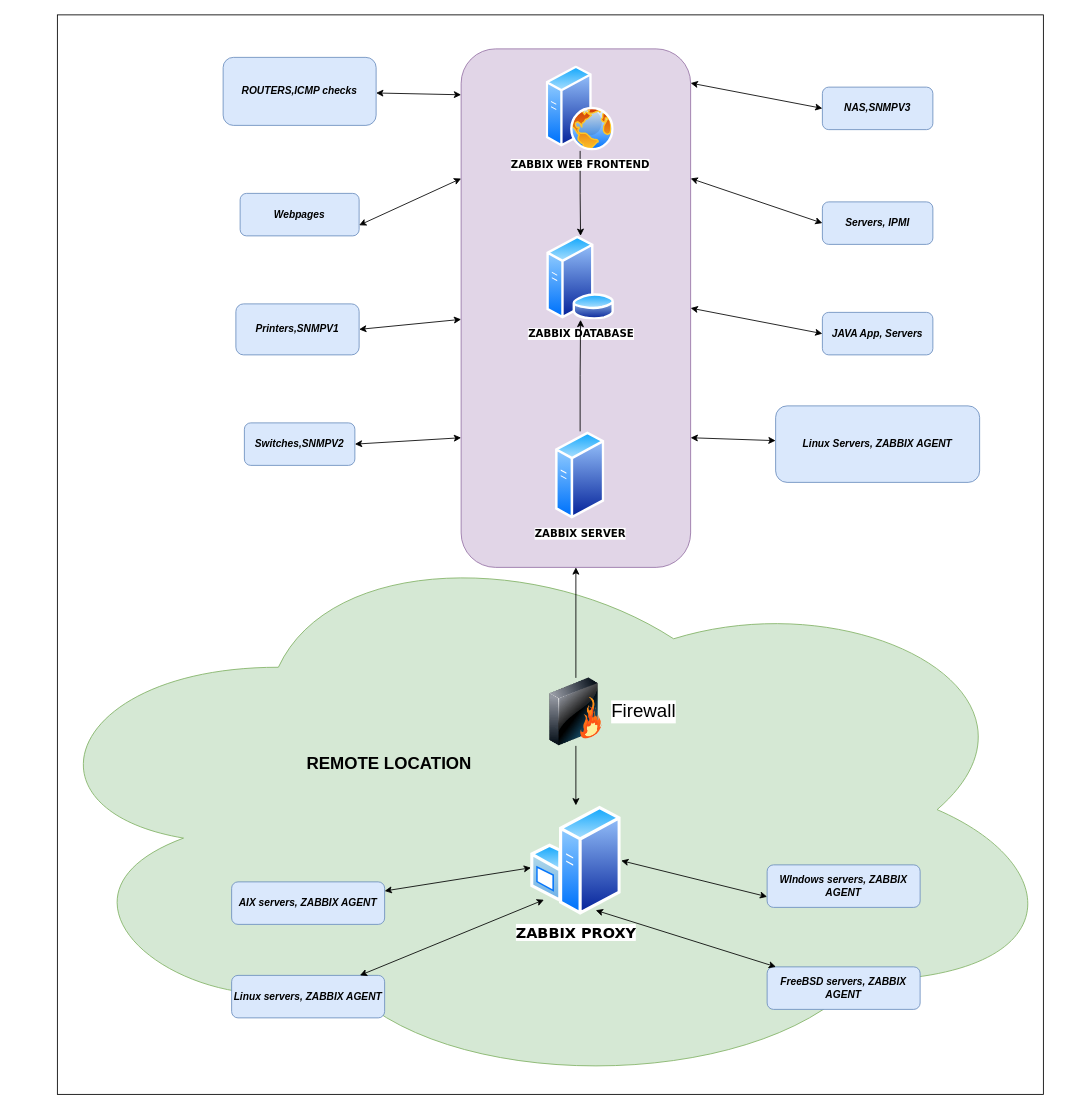
The draw.io diagram zabbix_arch_example.drawio in padowla/super-fortnight, before the edit. Source tidied: cells renumbered, new cells numbered last; positions are measured from the earlier drawing's top-left corner, leaving out a move shared by most shapes. Both pictures are drawn from the tidied source at 85%, with x=0, y=0 at pixel (14, 14).
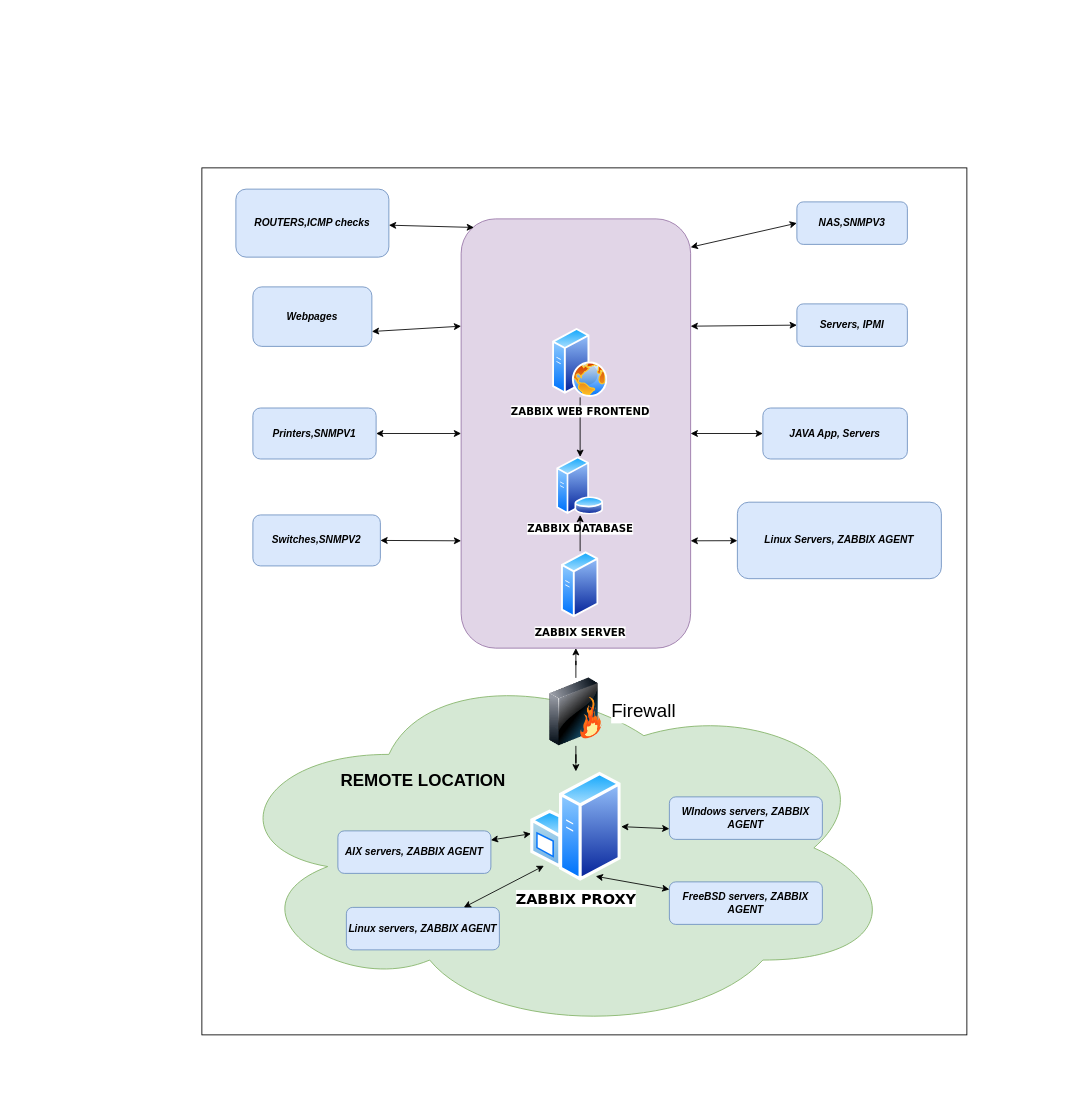
The same page after the edit.

What changed in the source:
```diff
@@
     <mxCell id="2" style="rounded=0;whiteSpace=wrap;html=1;" parent="1" vertex="1">
-      <mxGeometry x="50" width="1160" height="1270" as="geometry" />
+      <mxGeometry x="220" y="180" width="900" height="1020" as="geometry" />
     </mxCell>
     <mxCell id="3" style="ellipse;shape=cloud;whiteSpace=wrap;html=1;fillColor=#d5e8d4;strokeColor=#82b366;" parent="1" vertex="1">
-      <mxGeometry y="600" width="1240" height="670" as="geometry" />
+      <mxGeometry x="240" y="760" width="800" height="440" as="geometry" />
     </mxCell>
     <mxCell id="4" style="rounded=1;whiteSpace=wrap;html=1;fillColor=#e1d5e7;strokeColor=#9673a6;" parent="1" vertex="1">
-      <mxGeometry x="525" y="40" width="270" height="610" as="geometry" />
+      <mxGeometry x="525" y="240" width="270" height="505" as="geometry" />
     </mxCell>
@@
     <mxCell id="9" value="&lt;font face=&quot;Verdana&quot;&gt;&lt;b&gt;ZABBIX WEB FRONTEND&lt;br&gt;&lt;/b&gt;&lt;/font&gt;" style="perimeter=ellipsePerimeter;html=1;align=center;shadow=0;dashed=0;spacingTop=3;image;image=img/lib/active_directory/web_server.svg;" parent="1" vertex="1">
-      <mxGeometry x="625" y="60" width="80" height="100" as="geometry" />
+      <mxGeometry x="632.5" y="368.8" width="65" height="81.2" as="geometry" />
     </mxCell>
     <mxCell id="10" value="&lt;b&gt;&lt;font face=&quot;Verdana&quot;&gt;ZABBIX DATABASE&lt;br&gt;&lt;/font&gt;&lt;/b&gt;" style="perimeter=ellipsePerimeter;html=1;align=center;shadow=0;dashed=0;spacingTop=3;image;image=img/lib/active_directory/database_server.svg;" parent="1" vertex="1">
-      <mxGeometry x="625" y="260" width="81" height="98.8" as="geometry" />
+      <mxGeometry x="637" y="520" width="56" height="68.3" as="geometry" />
     </mxCell>
@@
     <mxCell id="12" value="&lt;font face=&quot;Verdana&quot;&gt;&lt;b&gt;ZABBIX SERVER&lt;br&gt;&lt;/b&gt;&lt;/font&gt;" style="perimeter=ellipsePerimeter;html=1;align=center;shadow=0;dashed=0;spacingTop=3;image;image=img/lib/active_directory/generic_server.svg;" parent="1" vertex="1">
-      <mxGeometry x="636" y="490" width="58" height="103.6" as="geometry" />
+      <mxGeometry x="643" y="631" width="44" height="78.6" as="geometry" />
     </mxCell>
     <mxCell id="13" value="&lt;b&gt;&lt;i&gt;ROUTERS,ICMP checks&lt;br&gt;&lt;/i&gt;&lt;/b&gt;" style="rounded=1;whiteSpace=wrap;html=1;fillColor=#dae8fc;strokeColor=#6c8ebf;" parent="1" vertex="1">
-      <mxGeometry x="245" y="50" width="180" height="80" as="geometry" />
+      <mxGeometry x="260" y="205" width="180" height="80" as="geometry" />
     </mxCell>
     <mxCell id="14" value="&lt;i&gt;&lt;b&gt;Webpages&lt;/b&gt;&lt;/i&gt;" style="rounded=1;whiteSpace=wrap;html=1;fillColor=#dae8fc;strokeColor=#6c8ebf;" parent="1" vertex="1">
-      <mxGeometry x="265" y="210" width="140" height="50" as="geometry" />
+      <mxGeometry x="280" y="320" width="140" height="70" as="geometry" />
     </mxCell>
     <mxCell id="15" value="&lt;i&gt;&lt;b&gt;Printers,SNMPV1&lt;/b&gt;&lt;/i&gt;" style="rounded=1;whiteSpace=wrap;html=1;fillColor=#dae8fc;strokeColor=#6c8ebf;" parent="1" vertex="1">
-      <mxGeometry x="260" y="340" width="145" height="60" as="geometry" />
+      <mxGeometry x="280" y="462.5" width="145" height="60" as="geometry" />
     </mxCell>
     <mxCell id="16" value="&lt;i&gt;&lt;b&gt;Switches,SNMPV2&lt;/b&gt;&lt;/i&gt;" style="rounded=1;whiteSpace=wrap;html=1;fillColor=#dae8fc;strokeColor=#6c8ebf;" parent="1" vertex="1">
-      <mxGeometry x="270" y="480" width="130" height="50" as="geometry" />
+      <mxGeometry x="280" y="588.3" width="150" height="60" as="geometry" />
     </mxCell>
     <mxCell id="17" value="&lt;i&gt;&lt;b&gt;NAS,SNMPV3&lt;/b&gt;&lt;/i&gt;" style="rounded=1;whiteSpace=wrap;html=1;fillColor=#dae8fc;strokeColor=#6c8ebf;" parent="1" vertex="1">
-      <mxGeometry x="950" y="85" width="130" height="50" as="geometry" />
+      <mxGeometry x="920" y="220" width="130" height="50" as="geometry" />
     </mxCell>
     <mxCell id="18" value="&lt;i&gt;&lt;b&gt;Servers, IPMI&lt;br&gt;&lt;/b&gt;&lt;/i&gt;" style="rounded=1;whiteSpace=wrap;html=1;fillColor=#dae8fc;strokeColor=#6c8ebf;" parent="1" vertex="1">
-      <mxGeometry x="950" y="220" width="130" height="50" as="geometry" />
+      <mxGeometry x="920" y="340" width="130" height="50" as="geometry" />
     </mxCell>
     <mxCell id="19" value="&lt;i&gt;&lt;b&gt;JAVA App, Servers&lt;br&gt;&lt;/b&gt;&lt;/i&gt;" style="rounded=1;whiteSpace=wrap;html=1;fillColor=#dae8fc;strokeColor=#6c8ebf;" parent="1" vertex="1">
-      <mxGeometry x="950" y="350" width="130" height="50" as="geometry" />
+      <mxGeometry x="880" y="462.5" width="170" height="60" as="geometry" />
     </mxCell>
     <mxCell id="20" value="&lt;i&gt;&lt;b&gt;Linux Servers, ZABBIX AGENT&lt;br&gt;&lt;/b&gt;&lt;/i&gt;" style="rounded=1;whiteSpace=wrap;html=1;fillColor=#dae8fc;strokeColor=#6c8ebf;" parent="1" vertex="1">
-      <mxGeometry x="895" y="460" width="240" height="90" as="geometry" />
+      <mxGeometry x="850" y="573.3" width="240" height="90" as="geometry" />
     </mxCell>
     <mxCell id="21" value="&lt;font style=&quot;font-size: 17px&quot; face=&quot;Verdana&quot;&gt;&lt;b&gt;ZABBIX PROXY&lt;br&gt;&lt;/b&gt;&lt;/font&gt;" style="perimeter=ellipsePerimeter;html=1;align=center;shadow=0;dashed=0;spacingTop=3;image;image=img/lib/active_directory/windows_server.svg;" parent="1" vertex="1">
-      <mxGeometry x="606.7" y="930" width="106.6" height="130" as="geometry" />
+      <mxGeometry x="606.7" y="890" width="106.6" height="130" as="geometry" />
     </mxCell>
     <mxCell id="22" value="&lt;font style=&quot;font-size: 20px&quot;&gt;&lt;b&gt;REMOTE LOCATION&lt;br&gt;&lt;/b&gt;&lt;/font&gt;" style="text;html=1;align=center;verticalAlign=middle;" parent="1" vertex="1">
-      <mxGeometry x="335" y="870" width="210" height="20" as="geometry" />
+      <mxGeometry x="375" y="890" width="210" height="20" as="geometry" />
     </mxCell>
     <mxCell id="23" value="&lt;i&gt;&lt;b&gt;AIX servers, ZABBIX AGENT&lt;br&gt;&lt;/b&gt;&lt;/i&gt;" style="rounded=1;whiteSpace=wrap;html=1;fillColor=#dae8fc;strokeColor=#6c8ebf;" parent="1" vertex="1">
-      <mxGeometry x="255" y="1020" width="180" height="50" as="geometry" />
+      <mxGeometry x="380" y="960" width="180" height="50" as="geometry" />
     </mxCell>
     <mxCell id="24" value="&lt;i&gt;&lt;b&gt;Linux servers, ZABBIX AGENT&lt;/b&gt;&lt;/i&gt;" style="rounded=1;whiteSpace=wrap;html=1;fillColor=#dae8fc;strokeColor=#6c8ebf;" parent="1" vertex="1">
-      <mxGeometry x="255" y="1130" width="180" height="50" as="geometry" />
+      <mxGeometry x="390" y="1050" width="180" height="50" as="geometry" />
     </mxCell>
     <mxCell id="25" value="&lt;i&gt;&lt;b&gt;FreeBSD servers, ZABBIX AGENT&lt;/b&gt;&lt;/i&gt;" style="rounded=1;whiteSpace=wrap;html=1;fillColor=#dae8fc;strokeColor=#6c8ebf;" parent="1" vertex="1">
-      <mxGeometry x="885" y="1120" width="180" height="50" as="geometry" />
+      <mxGeometry x="770" y="1020" width="180" height="50" as="geometry" />
     </mxCell>
     <mxCell id="26" value="&lt;i&gt;&lt;b&gt;WIndows&lt;/b&gt;&lt;b&gt; servers, ZABBIX AGENT&lt;/b&gt;&lt;/i&gt;" style="rounded=1;whiteSpace=wrap;html=1;fillColor=#dae8fc;strokeColor=#6c8ebf;" parent="1" vertex="1">
-      <mxGeometry x="885" y="1000" width="180" height="50" as="geometry" />
+      <mxGeometry x="770" y="920" width="180" height="50" as="geometry" />
     </mxCell>
@@
-    <mxCell id="35" style="endArrow=classic;startArrow=classic;html=1;" parent="1" edge="1" source="13">
-      <mxGeometry relative="1" as="geometry">
-        <mxPoint x="525" y="94" as="targetPoint" />
-      </mxGeometry>
+    <mxCell id="35" style="endArrow=classic;startArrow=classic;html=1;entryX=0.056;entryY=0.02;entryDx=0;entryDy=0;entryPerimeter=0;" parent="1" edge="1" source="13" target="4">
+      <mxGeometry relative="1" as="geometry" />
     </mxCell>
```
